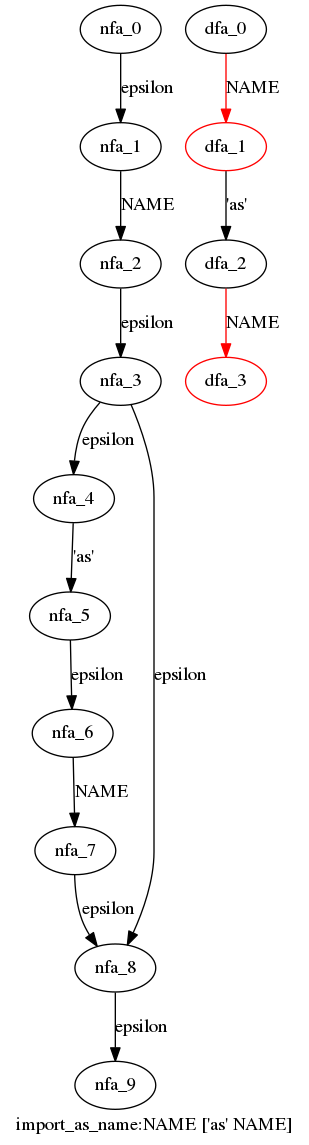
Earlier version of the Graphviz export cpython/grammar/handwrite/nfa_dfas/31.import_as_name.dot.png (WinChua/blog). Its source is kept beside it as cpython/grammar/handwrite/nfa_dfas/31.import_as_name.dot. Its diagram source:
```dot
digraph import_as_name {
 graph[label="import_as_name:NAME ['as' NAME]"]
 subgraph import_as_name_nfa {
  nfa_0->nfa_1[label="epsilon"]
  nfa_1->nfa_2[label="NAME"]
  nfa_2->nfa_3[label="epsilon"]
  nfa_3->nfa_4[label="epsilon"]
  nfa_4->nfa_5[label="'as'"]
  nfa_5->nfa_6[label="epsilon"]
  nfa_6->nfa_7[label="NAME"]
  nfa_7->nfa_8[label="epsilon"]
  nfa_8->nfa_9[label="epsilon"]
  nfa_3->nfa_8[label="epsilon"]
  }
 subgraph import_as_name_dfa {
  dfa_0->dfa_1[label="NAME",color=red]
  dfa_1->dfa_2[label="'as'"]
  dfa_2->dfa_3[label="NAME",color=red]
  dfa_1[color=red]
  dfa_3[color=red]
  }
}
```
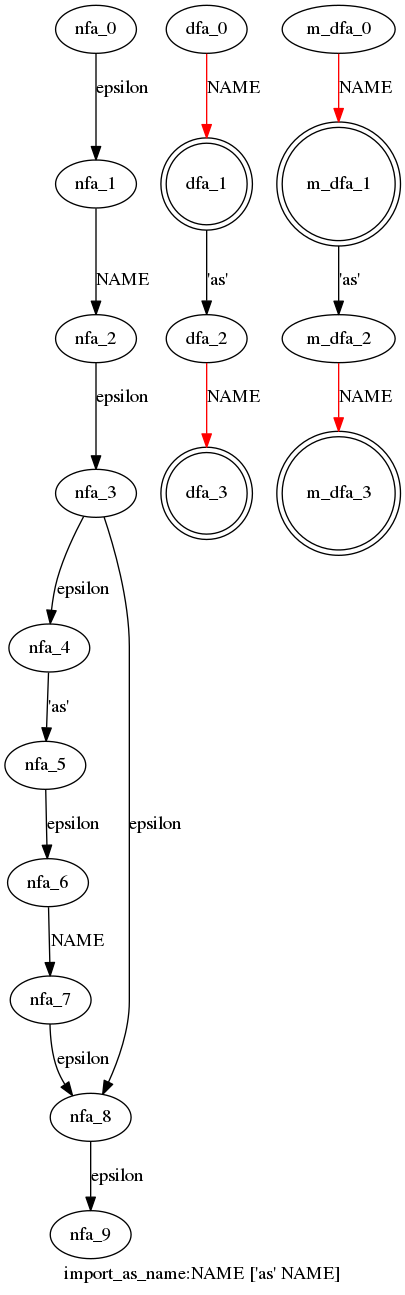
The same file after the commit.

The edit, as a diff of the source:
```diff
@@ -16,7 +16,14 @@
   dfa_0->dfa_1[label="NAME",color=red]
   dfa_1->dfa_2[label="'as'"]
   dfa_2->dfa_3[label="NAME",color=red]
-  dfa_1[color=red]
-  dfa_3[color=red]
+  dfa_1[shape=doublecircle]
+  dfa_3[shape=doublecircle]
+  }
+ subgraph import_as_name_m_dfa {
+  m_dfa_0->m_dfa_1[label="NAME",color=red]
+  m_dfa_1->m_dfa_2[label="'as'"]
+  m_dfa_2->m_dfa_3[label="NAME",color=red]
+  m_dfa_1[shape=doublecircle]
+  m_dfa_3[shape=doublecircle]
   }
 }
```
